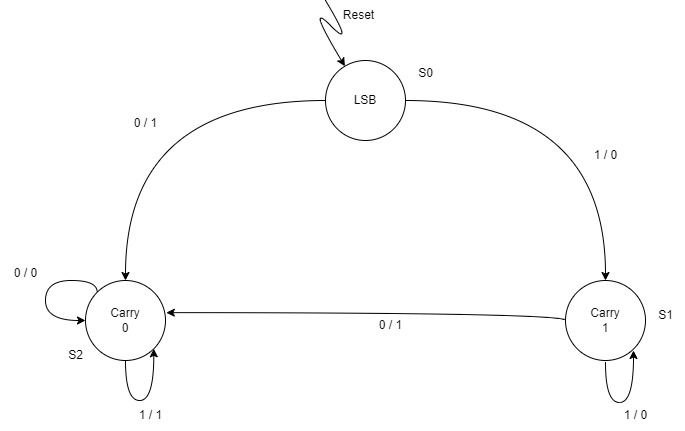
The draw.io diagram Hamza/src/Sequential Circuit/Binary Adder/docs/STG.drawio.png in medsuet/Xcelerium-IC-Design-Training, before a commit. Source tidied: cells renumbered, new cells last; positions are measured from the earlier drawing's top-left corner, leaving out a move shared by most shapes.
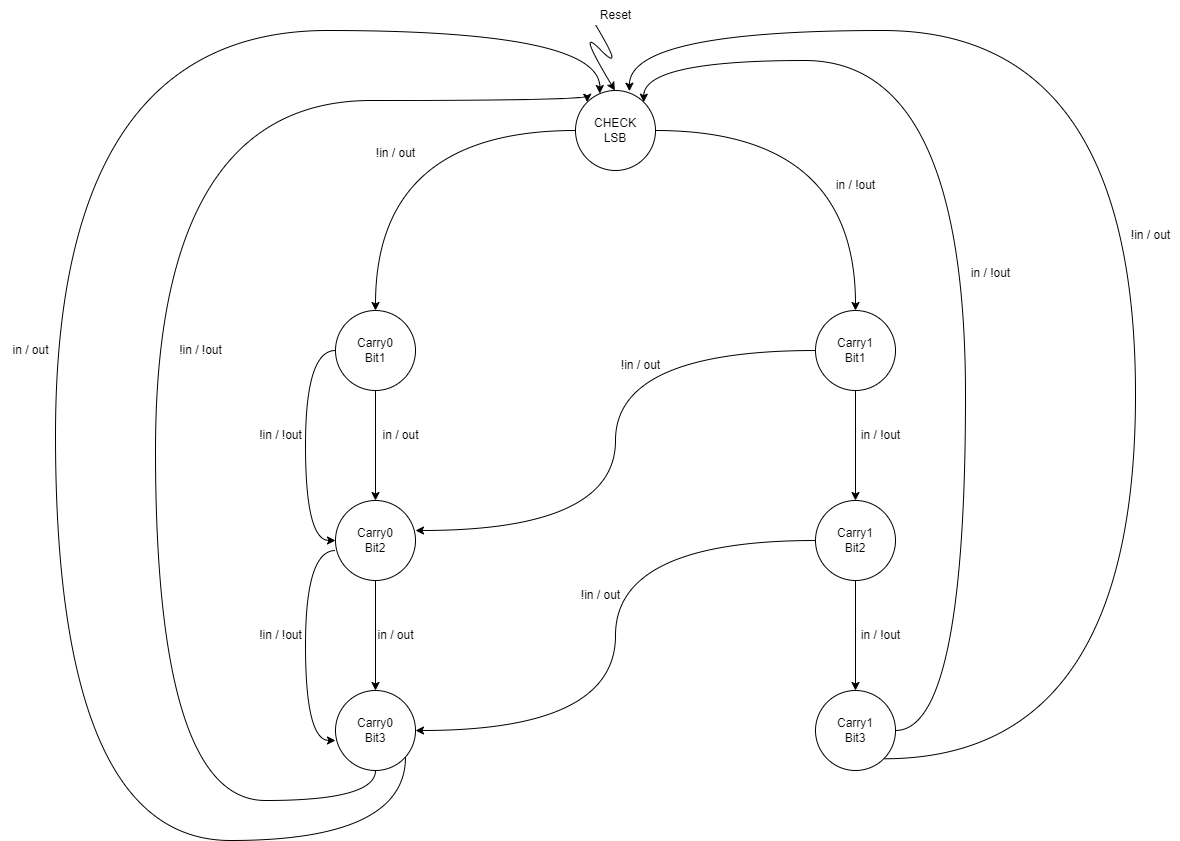
The same file after the commit.

Commit message:
Update Sequential Adder STG.drawio.png

Diff of the diagram source:
```diff
@@ -8,87 +8,155 @@
     <mxCell id="3" style="edgeStyle=orthogonalEdgeStyle;rounded=0;jettySize=auto;html=1;entryX=0.5;entryY=0;entryDx=0;entryDy=0;curved=1;" parent="1" edge="1" source="4" target="6">
       <mxGeometry relative="1" as="geometry" />
     </mxCell>
-    <mxCell id="4" value="LSB" style="ellipse;whiteSpace=wrap;html=1;" parent="1" vertex="1">
+    <mxCell id="4" value="CHECK&lt;div&gt;LSB&lt;/div&gt;" style="ellipse;whiteSpace=wrap;html=1;" parent="1" vertex="1">
       <mxGeometry x="325" y="60" width="80" height="80" as="geometry" />
     </mxCell>
-    <mxCell id="5" style="edgeStyle=orthogonalEdgeStyle;rounded=0;jettySize=auto;html=1;curved=1;exitX=0;exitY=0.5;exitDx=0;exitDy=0;entryX=1.01;entryY=0.402;entryDx=0;entryDy=0;entryPerimeter=0;" parent="1" edge="1" source="6" target="8">
-      <mxGeometry relative="1" as="geometry">
-        <Array as="points">
-          <mxPoint x="565" y="312" />
-        </Array>
-      </mxGeometry>
-    </mxCell>
+    <mxCell id="22" style="edgeStyle=orthogonalEdgeStyle;rounded=0;jettySize=auto;html=1;entryX=0.5;entryY=0;entryDx=0;entryDy=0;" parent="1" edge="1" source="6" target="28">
+      <mxGeometry relative="1" as="geometry" />
+    </mxCell>
+    <mxCell id="23" style="edgeStyle=orthogonalEdgeStyle;rounded=0;jettySize=auto;html=1;curved=1;entryX=1;entryY=0.375;entryDx=0;entryDy=0;entryPerimeter=0;" parent="1" edge="1" source="6" target="33">
+      <mxGeometry relative="1" as="geometry" />
+    </mxCell>
-    <mxCell id="6" value="Carry&lt;div&gt;1&lt;/div&gt;" style="ellipse;whiteSpace=wrap;html=1;" parent="1" vertex="1">
+    <mxCell id="6" value="Carry&lt;span style=&quot;background-color: initial;&quot;&gt;1&lt;/span&gt;&lt;div&gt;&lt;span style=&quot;background-color: initial;&quot;&gt;Bit1&lt;/span&gt;&lt;/div&gt;" style="ellipse;whiteSpace=wrap;html=1;" parent="1" vertex="1">
       <mxGeometry x="565" y="280" width="80" height="80" as="geometry" />
     </mxCell>
-    <mxCell id="7" style="edgeStyle=orthogonalEdgeStyle;rounded=0;orthogonalLoop=1;jettySize=auto;html=1;curved=1;entryX=1;entryY=1;entryDx=0;entryDy=0;" parent="1" edge="1" source="8" target="8">
-      <mxGeometry relative="1" as="geometry">
-        <Array as="points">
-          <mxPoint x="125" y="400" />
-          <mxPoint x="153" y="400" />
-        </Array>
-      </mxGeometry>
-    </mxCell>
+    <mxCell id="24" style="edgeStyle=orthogonalEdgeStyle;rounded=0;jettySize=auto;html=1;" parent="1" edge="1" source="8" target="33">
+      <mxGeometry relative="1" as="geometry" />
+    </mxCell>
+    <mxCell id="25" style="edgeStyle=orthogonalEdgeStyle;rounded=0;jettySize=auto;html=1;curved=1;entryX=0;entryY=0.5;entryDx=0;entryDy=0;" parent="1" edge="1" source="8" target="33">
+      <mxGeometry relative="1" as="geometry">
+        <Array as="points">
+          <mxPoint x="55" y="320" />
+          <mxPoint x="55" y="510" />
+        </Array>
+      </mxGeometry>
+    </mxCell>
-    <mxCell id="8" value="Carry&lt;div&gt;0&lt;/div&gt;" style="ellipse;whiteSpace=wrap;html=1;" parent="1" vertex="1">
+    <mxCell id="8" value="Carry&lt;span style=&quot;background-color: initial;&quot;&gt;0&lt;/span&gt;&lt;div&gt;&lt;span style=&quot;background-color: initial;&quot;&gt;Bit1&lt;/span&gt;&lt;/div&gt;" style="ellipse;whiteSpace=wrap;html=1;" parent="1" vertex="1">
       <mxGeometry x="85" y="280" width="80" height="80" as="geometry" />
     </mxCell>
-    <mxCell id="9" style="curved=1;endArrow=classic;html=1;rounded=0;" parent="1" edge="1" target="4">
+    <mxCell id="9" style="curved=1;endArrow=classic;html=1;rounded=0;" parent="1" edge="1">
       <mxGeometry relative="1" as="geometry">
-        <mxPoint x="325" as="sourcePoint" />
+        <mxPoint x="345" y="-5.7" as="sourcePoint" />
+        <mxPoint x="364.4" y="60" as="targetPoint" />
         <Array as="points">
-          <mxPoint x="355" y="50" />
-          <mxPoint x="305" />
+          <mxPoint x="375" y="44.3" />
+          <mxPoint x="325" y="-5.7" />
         </Array>
       </mxGeometry>
     </mxCell>
     <mxCell id="10" value="Reset" style="text;html=1;align=center;verticalAlign=middle;strokeColor=none;fillColor=none;" parent="1" vertex="1">
-      <mxGeometry x="333" width="50" height="30" as="geometry" />
+      <mxGeometry x="340" y="-30" width="50" height="30" as="geometry" />
     </mxCell>
-    <mxCell id="11" style="edgeStyle=orthogonalEdgeStyle;rounded=0;orthogonalLoop=1;jettySize=auto;html=1;curved=1;entryX=0;entryY=0.5;entryDx=0;entryDy=0;exitX=0;exitY=0;exitDx=0;exitDy=0;" parent="1" edge="1" source="8" target="8">
-      <mxGeometry relative="1" as="geometry">
-        <Array as="points">
-          <mxPoint x="97" y="280" />
-          <mxPoint x="45" y="280" />
-          <mxPoint x="45" y="320" />
-        </Array>
-      </mxGeometry>
-    </mxCell>
-    <mxCell id="12" style="edgeStyle=orthogonalEdgeStyle;rounded=0;orthogonalLoop=1;jettySize=auto;html=1;curved=1;entryX=1;entryY=1;entryDx=0;entryDy=0;" parent="1" edge="1">
-      <mxGeometry relative="1" as="geometry">
-        <mxPoint x="605" y="362" as="sourcePoint" />
-        <mxPoint x="633" y="350" as="targetPoint" />
-        <Array as="points">
-          <mxPoint x="605" y="402" />
-          <mxPoint x="633" y="402" />
-        </Array>
-      </mxGeometry>
-    </mxCell>
-    <mxCell id="13" value="S0" style="text;html=1;align=center;verticalAlign=middle;strokeColor=none;fillColor=none;" parent="1" vertex="1">
-      <mxGeometry x="405" y="58" width="40" height="30" as="geometry" />
-    </mxCell>
-    <mxCell id="14" value="S1" style="text;html=1;align=center;verticalAlign=middle;strokeColor=none;fillColor=none;" parent="1" vertex="1">
-      <mxGeometry x="645" y="300" width="40" height="30" as="geometry" />
-    </mxCell>
-    <mxCell id="15" value="S2" style="text;html=1;align=center;verticalAlign=middle;strokeColor=none;fillColor=none;" parent="1" vertex="1">
-      <mxGeometry x="55" y="340" width="40" height="30" as="geometry" />
-    </mxCell>
-    <mxCell id="16" value="1 / 0" style="text;html=1;align=center;verticalAlign=middle;strokeColor=none;fillColor=none;" parent="1" vertex="1">
-      <mxGeometry x="580" y="140" width="50" height="30" as="geometry" />
+    <mxCell id="16" value="in / !out" style="text;html=1;align=center;verticalAlign=middle;strokeColor=none;fillColor=none;" parent="1" vertex="1">
+      <mxGeometry x="575" y="140" width="60" height="30" as="geometry" />
     </mxCell>
-    <mxCell id="17" value="1 / 0" style="text;html=1;align=center;verticalAlign=middle;strokeColor=none;fillColor=none;" parent="1" vertex="1">
-      <mxGeometry x="610" y="400" width="50" height="30" as="geometry" />
+    <mxCell id="17" value="in / !out" style="text;html=1;align=center;verticalAlign=middle;strokeColor=none;fillColor=none;" parent="1" vertex="1">
+      <mxGeometry x="600" y="390" width="60" height="30" as="geometry" />
     </mxCell>
-    <mxCell id="18" value="0 / 1" style="text;html=1;align=center;verticalAlign=middle;strokeColor=none;fillColor=none;" parent="1" vertex="1">
-      <mxGeometry x="365" y="310" width="50" height="30" as="geometry" />
+    <mxCell id="18" value="!in / out" style="text;html=1;align=center;verticalAlign=middle;strokeColor=none;fillColor=none;" parent="1" vertex="1">
+      <mxGeometry x="360" y="320" width="60" height="30" as="geometry" />
     </mxCell>
-    <mxCell id="19" value="1 / 1" style="text;html=1;align=center;verticalAlign=middle;strokeColor=none;fillColor=none;" parent="1" vertex="1">
-      <mxGeometry x="125" y="400" width="50" height="30" as="geometry" />
+    <mxCell id="19" value="in / out" style="text;html=1;align=center;verticalAlign=middle;strokeColor=none;fillColor=none;" parent="1" vertex="1">
+      <mxGeometry x="120" y="390" width="60" height="30" as="geometry" />
     </mxCell>
-    <mxCell id="20" value="0 / 0" style="text;html=1;align=center;verticalAlign=middle;strokeColor=none;fillColor=none;" parent="1" vertex="1">
-      <mxGeometry y="258" width="50" height="30" as="geometry" />
+    <mxCell id="20" value="!in / !out" style="text;html=1;align=center;verticalAlign=middle;strokeColor=none;fillColor=none;" parent="1" vertex="1">
+      <mxGeometry x="-5" y="390" width="70" height="30" as="geometry" />
     </mxCell>
-    <mxCell id="21" value="0 / 1" style="text;html=1;align=center;verticalAlign=middle;strokeColor=none;fillColor=none;" parent="1" vertex="1">
-      <mxGeometry x="120" y="108" width="50" height="30" as="geometry" />
+    <mxCell id="21" value="!in / out" style="text;html=1;align=center;verticalAlign=middle;strokeColor=none;fillColor=none;" parent="1" vertex="1">
+      <mxGeometry x="115" y="108" width="60" height="30" as="geometry" />
     </mxCell>
+    <mxCell id="26" style="edgeStyle=orthogonalEdgeStyle;rounded=0;jettySize=auto;html=1;entryX=0.5;entryY=0;entryDx=0;entryDy=0;" parent="1" edge="1" source="28" target="31">
+      <mxGeometry relative="1" as="geometry" />
+    </mxCell>
+    <mxCell id="27" style="edgeStyle=orthogonalEdgeStyle;rounded=0;jettySize=auto;html=1;curved=1;entryX=1;entryY=0.5;entryDx=0;entryDy=0;" parent="1" edge="1" source="28" target="36">
+      <mxGeometry relative="1" as="geometry" />
+    </mxCell>
+    <mxCell id="28" value="Carry&lt;span style=&quot;background-color: initial;&quot;&gt;1&lt;/span&gt;&lt;div&gt;&lt;span style=&quot;background-color: initial;&quot;&gt;Bit2&lt;/span&gt;&lt;/div&gt;" style="ellipse;whiteSpace=wrap;html=1;" parent="1" vertex="1">
+      <mxGeometry x="565" y="470" width="80" height="80" as="geometry" />
+    </mxCell>
+    <mxCell id="29" style="edgeStyle=orthogonalEdgeStyle;rounded=0;jettySize=auto;html=1;curved=1;entryX=1;entryY=0;entryDx=0;entryDy=0;" parent="1" edge="1" source="31" target="4">
+      <mxGeometry relative="1" as="geometry">
+        <Array as="points">
+          <mxPoint x="715" y="700" />
+          <mxPoint x="715" y="30" />
+          <mxPoint x="393" y="30" />
+        </Array>
+      </mxGeometry>
+    </mxCell>
+    <mxCell id="30" style="edgeStyle=orthogonalEdgeStyle;rounded=0;jettySize=auto;html=1;curved=1;entryX=0.674;entryY=0.009;entryDx=0;entryDy=0;entryPerimeter=0;exitX=1;exitY=1;exitDx=0;exitDy=0;" parent="1" edge="1" source="31" target="4">
+      <mxGeometry relative="1" as="geometry">
+        <Array as="points">
+          <mxPoint x="885" y="728" />
+          <mxPoint x="885" />
+          <mxPoint x="379" />
+        </Array>
+      </mxGeometry>
+    </mxCell>
+    <mxCell id="31" value="Carry&lt;span style=&quot;background-color: initial;&quot;&gt;1&lt;/span&gt;&lt;div&gt;&lt;span style=&quot;background-color: initial;&quot;&gt;Bit3&lt;/span&gt;&lt;/div&gt;" style="ellipse;whiteSpace=wrap;html=1;" parent="1" vertex="1">
+      <mxGeometry x="565" y="660" width="80" height="80" as="geometry" />
+    </mxCell>
+    <mxCell id="32" style="edgeStyle=orthogonalEdgeStyle;rounded=0;jettySize=auto;html=1;entryX=0.5;entryY=0;entryDx=0;entryDy=0;" parent="1" edge="1" source="33" target="36">
+      <mxGeometry relative="1" as="geometry" />
+    </mxCell>
+    <mxCell id="33" value="Carry0&lt;div&gt;&lt;span style=&quot;background-color: initial;&quot;&gt;Bit2&lt;/span&gt;&lt;/div&gt;" style="ellipse;whiteSpace=wrap;html=1;" parent="1" vertex="1">
+      <mxGeometry x="85" y="470" width="80" height="80" as="geometry" />
+    </mxCell>
+    <mxCell id="34" style="edgeStyle=orthogonalEdgeStyle;rounded=0;jettySize=auto;html=1;curved=1;entryX=0;entryY=0;entryDx=0;entryDy=0;" parent="1" edge="1" source="36" target="4">
+      <mxGeometry relative="1" as="geometry">
+        <Array as="points">
+          <mxPoint x="125" y="770" />
+          <mxPoint x="-95" y="770" />
+          <mxPoint x="-95" y="70" />
+          <mxPoint x="337" y="70" />
+        </Array>
+      </mxGeometry>
+    </mxCell>
+    <mxCell id="35" style="edgeStyle=orthogonalEdgeStyle;rounded=0;jettySize=auto;html=1;curved=1;entryX=0.304;entryY=0.038;entryDx=0;entryDy=0;entryPerimeter=0;" parent="1" edge="1" source="36" target="4">
+      <mxGeometry relative="1" as="geometry">
+        <Array as="points">
+          <mxPoint x="155" y="810" />
+          <mxPoint x="-195" y="810" />
+          <mxPoint x="-195" />
+          <mxPoint x="349" />
+        </Array>
+      </mxGeometry>
+    </mxCell>
+    <mxCell id="36" value="Carry0&lt;div&gt;&lt;span style=&quot;background-color: initial;&quot;&gt;Bit3&lt;/span&gt;&lt;/div&gt;" style="ellipse;whiteSpace=wrap;html=1;" parent="1" vertex="1">
+      <mxGeometry x="85" y="660" width="80" height="80" as="geometry" />
+    </mxCell>
+    <mxCell id="37" value="in / !out" style="text;html=1;align=center;verticalAlign=middle;strokeColor=none;fillColor=none;" parent="1" vertex="1">
+      <mxGeometry x="600" y="590" width="60" height="30" as="geometry" />
+    </mxCell>
+    <mxCell id="38" value="!in / out" style="text;html=1;align=center;verticalAlign=middle;strokeColor=none;fillColor=none;" parent="1" vertex="1">
+      <mxGeometry x="320" y="550" width="60" height="30" as="geometry" />
+    </mxCell>
+    <mxCell id="39" value="in / !out" style="text;html=1;align=center;verticalAlign=middle;strokeColor=none;fillColor=none;" parent="1" vertex="1">
+      <mxGeometry x="710" y="228" width="60" height="30" as="geometry" />
+    </mxCell>
+    <mxCell id="40" value="!in / out" style="text;html=1;align=center;verticalAlign=middle;strokeColor=none;fillColor=none;" parent="1" vertex="1">
+      <mxGeometry x="870" y="190" width="60" height="30" as="geometry" />
+    </mxCell>
+    <mxCell id="41" style="edgeStyle=orthogonalEdgeStyle;rounded=0;orthogonalLoop=1;jettySize=auto;html=1;curved=1;entryX=0;entryY=0.5;entryDx=0;entryDy=0;" parent="1" edge="1">
+      <mxGeometry relative="1" as="geometry">
+        <mxPoint x="85" y="520" as="sourcePoint" />
+        <mxPoint x="85" y="710" as="targetPoint" />
+        <Array as="points">
+          <mxPoint x="55" y="520" />
+          <mxPoint x="55" y="710" />
+        </Array>
+      </mxGeometry>
+    </mxCell>
+    <mxCell id="42" value="!in / !out" style="text;html=1;align=center;verticalAlign=middle;strokeColor=none;fillColor=none;" parent="1" vertex="1">
+      <mxGeometry x="-5" y="590" width="70" height="30" as="geometry" />
+    </mxCell>
+    <mxCell id="43" value="in / out" style="text;html=1;align=center;verticalAlign=middle;strokeColor=none;fillColor=none;" parent="1" vertex="1">
+      <mxGeometry x="115" y="590" width="60" height="30" as="geometry" />
+    </mxCell>
+    <mxCell id="44" value="!in / !out" style="text;html=1;align=center;verticalAlign=middle;strokeColor=none;fillColor=none;" parent="1" vertex="1">
+      <mxGeometry x="-85" y="305" width="70" height="30" as="geometry" />
+    </mxCell>
+    <mxCell id="45" value="in / out" style="text;html=1;align=center;verticalAlign=middle;strokeColor=none;fillColor=none;" parent="1" vertex="1">
+      <mxGeometry x="-250" y="305" width="60" height="30" as="geometry" />
+    </mxCell>
   </root>
 </mxGraphModel>
```
